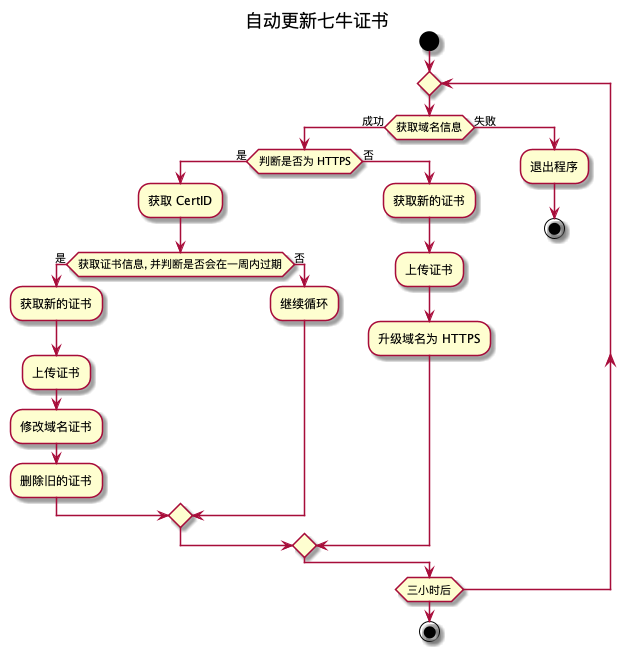
Earlier version of the PlantUML export res/auto-cert.png (tuotoo/qiniu-auto-cert). Its source is kept beside it as auto-cert.puml.
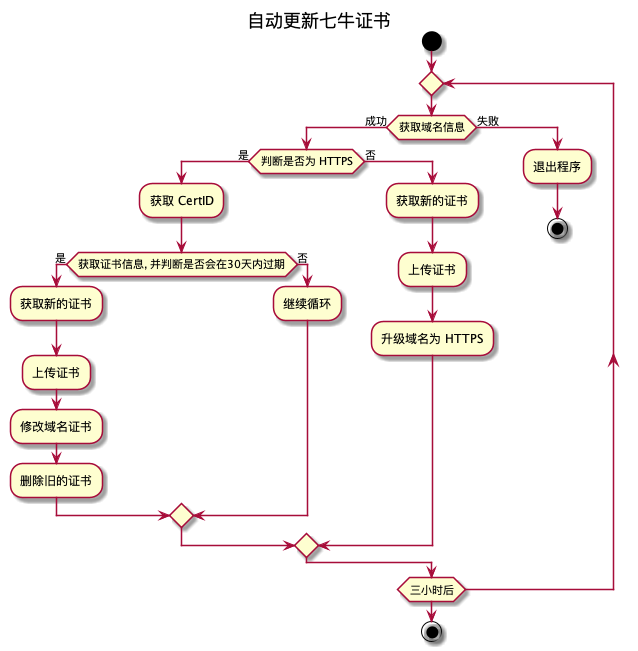
The same file after the commit.

Commit message:
update cert every 30 days

What changed in the source:
```diff
@@ -6,7 +6,7 @@
     if (获取域名信息) then (成功)
         if (判断是否为 HTTPS) then (是)
             :获取 CertID;
-            if (获取证书信息, 并判断是否会在一周内过期) then (是)
+            if (获取证书信息, 并判断是否会在30天内过期) then (是)
                 :获取新的证书;
                 :上传证书;
                 :修改域名证书;
```
